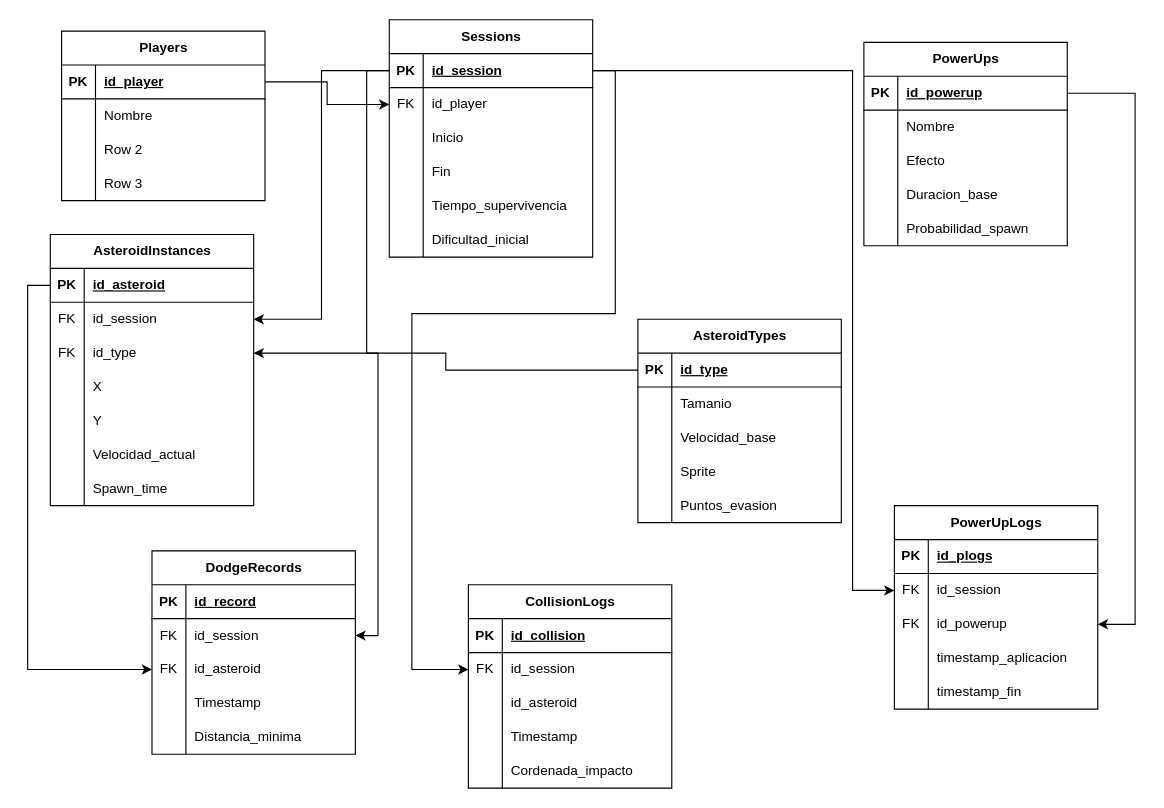
This is DER.drawio from dantedigiovanniet32/Grupo-4-B.D, a draw.io file, before an edit. Source tidied: cells renumbered, new cells numbered last; positions are measured from the earlier drawing's top-left corner, leaving out a move shared by most shapes. Both pictures are drawn from the tidied source at 113%, with x=0, y=0 at pixel (27, 19).
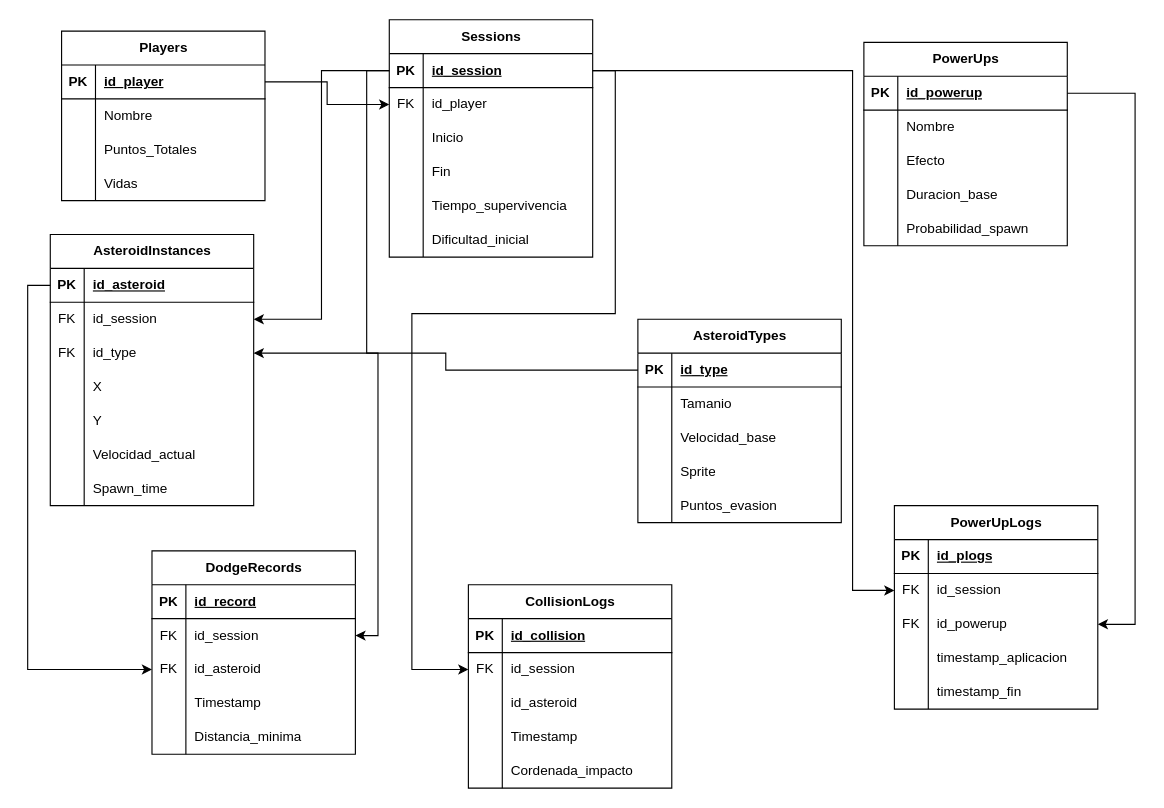
Above is the later version.

Commit message (it also covers changes not shown here):
nuevo der

The change refers to these unchanged cells:
```xml
<mxCell id="85" style="shape=tableRow;horizontal=0;startSize=0;swimlaneHead=0;swimlaneBody=0;fillColor=none;top=0;left=0;right=0;bottom=0;" parent="78" vertex="1">
  <mxGeometry y="90" width="180" height="30" as="geometry" />
</mxCell>
<mxCell id="88" style="shape=tableRow;horizontal=0;startSize=0;swimlaneHead=0;swimlaneBody=0;fillColor=none;top=0;left=0;right=0;bottom=0;" parent="78" vertex="1">
  <mxGeometry y="120" width="180" height="30" as="geometry" />
</mxCell>
```

What changed in the source:
```diff
@@
-    <mxCell id="87" value="Row 2" style="shape=partialRectangle;fillColor=none;top=0;left=0;bottom=0;right=0;align=left;spacingLeft=6;overflow=hidden;whiteSpace=wrap;html=1;" parent="85" vertex="1">
+    <mxCell id="87" value="Puntos_Totales" style="shape=partialRectangle;fillColor=none;top=0;left=0;bottom=0;right=0;align=left;spacingLeft=6;overflow=hidden;whiteSpace=wrap;html=1;" parent="85" vertex="1">
       <mxGeometry x="30" width="150" height="30" as="geometry" />
     </mxCell>
@@
-    <mxCell id="90" value="Row 3" style="shape=partialRectangle;fillColor=none;top=0;left=0;bottom=0;right=0;align=left;spacingLeft=6;overflow=hidden;whiteSpace=wrap;html=1;" parent="88" vertex="1">
+    <mxCell id="90" value="Vidas" style="shape=partialRectangle;fillColor=none;top=0;left=0;bottom=0;right=0;align=left;spacingLeft=6;overflow=hidden;whiteSpace=wrap;html=1;" parent="88" vertex="1">
       <mxGeometry x="30" width="150" height="30" as="geometry" />
     </mxCell>
```
